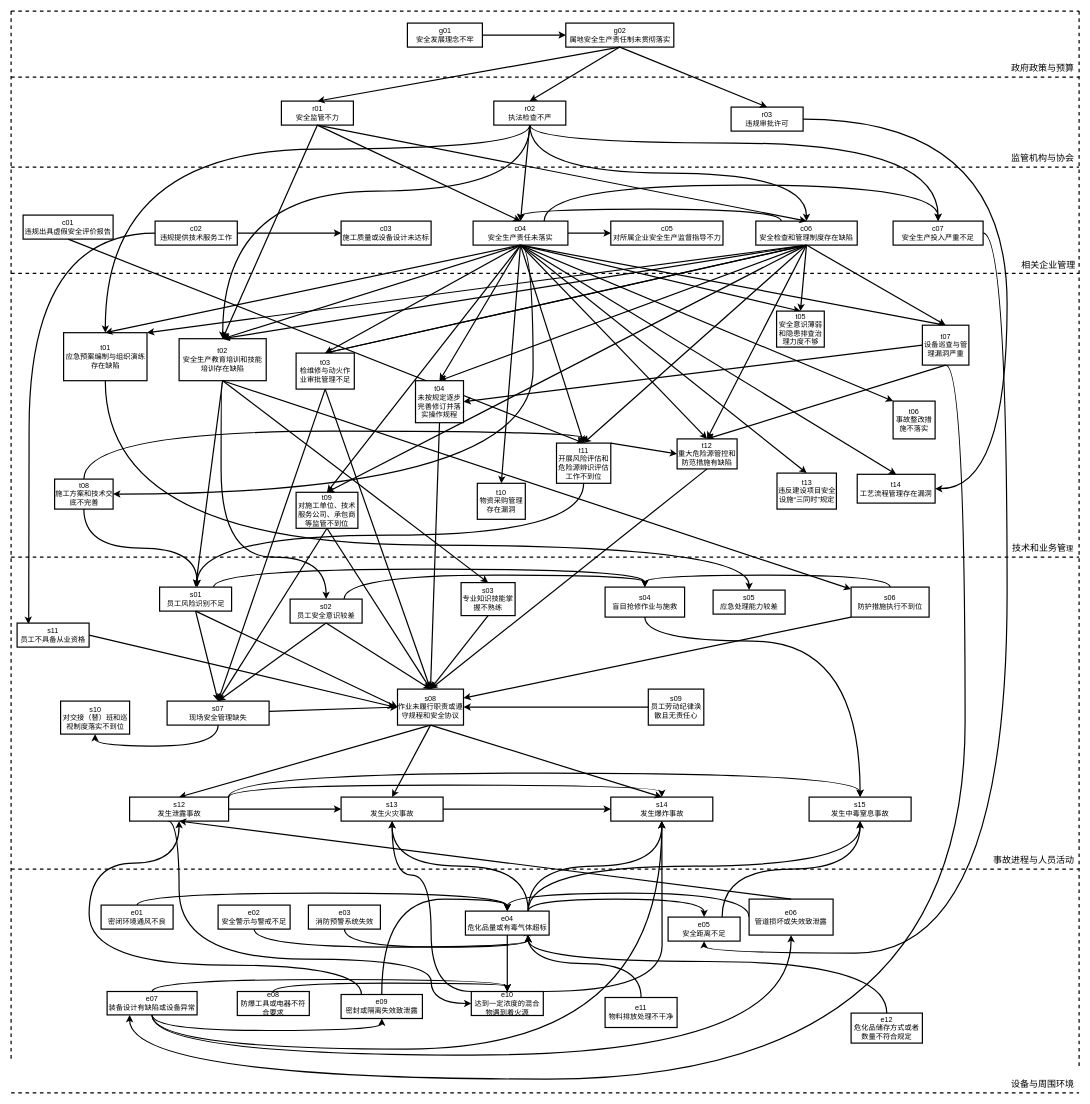
Above: 剔除次数少于5.drawio in fangjiarong/docs (draw.io), before the change. Source tidied: cells renumbered, new cells numbered last; positions are measured from the earlier drawing's top-left corner, leaving out a move shared by most shapes. Both pictures are drawn from the tidied source at 60%, with x=0, y=0 at pixel (11, 11).
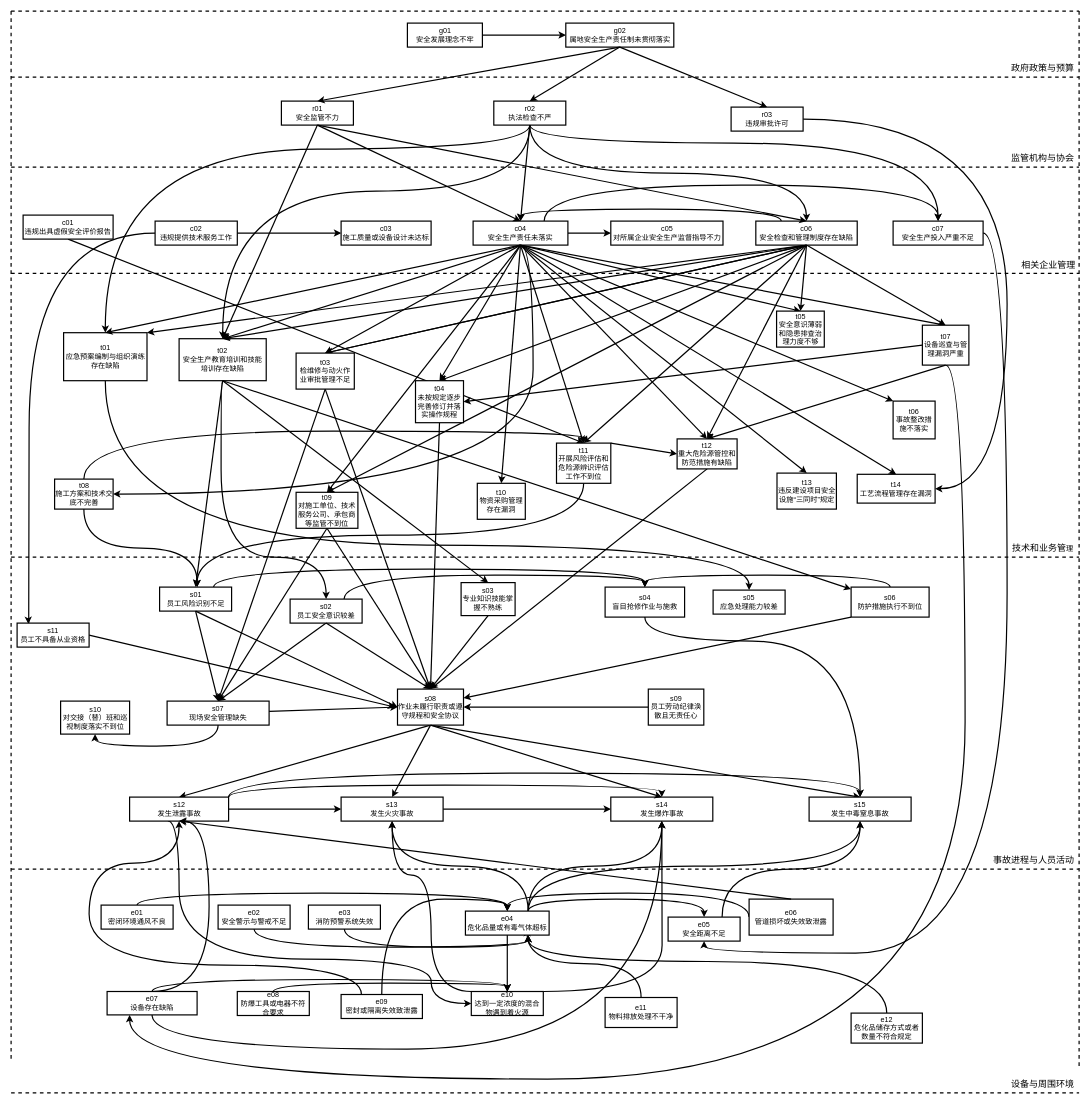
After the change.

Commit message:
更新剔除次数少于5.drawio

The change refers to these unchanged cells:
```xml
<mxCell id="43" value="s08&lt;br&gt;作业未履行职责或遵守规程和安全协议" style="rounded=0;whiteSpace=wrap;html=1;strokeWidth=2;align=center;verticalAlign=middle;labelBorderColor=none;" parent="1" vertex="1">
  <mxGeometry x="644" y="1130" width="110" height="60" as="geometry" />
</mxCell>
<mxCell id="83" value="s12&lt;br&gt;发生泄露事故" style="rounded=0;whiteSpace=wrap;html=1;strokeWidth=2;align=center;verticalAlign=middle;labelBorderColor=none;" parent="1" vertex="1">
  <mxGeometry x="197.5" y="1310" width="165" height="40" as="geometry" />
</mxCell>
<mxCell id="87" value="s15&lt;br&gt;发生中毒窒息事故" style="rounded=0;whiteSpace=wrap;html=1;strokeWidth=2;align=center;verticalAlign=middle;labelBorderColor=none;" parent="1" vertex="1">
  <mxGeometry x="1330" y="1310" width="170" height="40" as="geometry" />
</mxCell>
<mxCell id="90" value="e09&lt;br&gt;密封或隔离失效致泄露" style="rounded=0;whiteSpace=wrap;html=1;strokeWidth=2;align=center;verticalAlign=middle;labelBorderColor=none;" parent="1" vertex="1">
  <mxGeometry x="550" y="1639" width="135.5" height="40" as="geometry" />
</mxCell>
<mxCell id="111" value="e06&lt;br&gt;管道损坏或失效致泄露" style="rounded=0;whiteSpace=wrap;html=1;strokeWidth=2;align=center;verticalAlign=middle;labelBorderColor=none;" parent="1" vertex="1">
  <mxGeometry x="1230" y="1480" width="140" height="60" as="geometry" />
</mxCell>
```

Diff of the diagram source:
```diff
@@
+    <mxCell id="177" style="edgeStyle=none;rounded=0;jettySize=auto;html=1;exitX=0.5;exitY=1;exitDx=0;exitDy=0;entryX=0.5;entryY=0;entryDx=0;entryDy=0;strokeWidth=2;" parent="1" edge="1" source="43" target="87">
+      <mxGeometry relative="1" as="geometry" />
+    </mxCell>
@@
-    <mxCell id="93" style="edgeStyle=orthogonalEdgeStyle;rounded=0;jettySize=auto;html=1;exitX=0.5;exitY=1;exitDx=0;exitDy=0;entryX=0.5;entryY=1;entryDx=0;entryDy=0;curved=1;strokeWidth=2;align=center;verticalAlign=middle;labelBorderColor=none;" parent="1" edge="1" source="95" target="111">
-      <mxGeometry relative="1" as="geometry">
-        <Array as="points">
-          <mxPoint x="235" y="1740" />
-          <mxPoint x="1300" y="1740" />
-        </Array>
-      </mxGeometry>
-    </mxCell>
-    <mxCell id="94" style="edgeStyle=orthogonalEdgeStyle;curved=1;rounded=0;jettySize=auto;html=1;exitX=0.5;exitY=1;exitDx=0;exitDy=0;entryX=0.5;entryY=1;entryDx=0;entryDy=0;strokeWidth=2;align=center;verticalAlign=middle;labelBorderColor=none;" parent="1" edge="1" source="95" target="90">
-      <mxGeometry relative="1" as="geometry" />
+    <mxCell id="94" style="edgeStyle=orthogonalEdgeStyle;curved=1;rounded=0;jettySize=auto;html=1;exitX=0.5;exitY=0;exitDx=0;exitDy=0;entryX=0.5;entryY=1;entryDx=0;entryDy=0;strokeWidth=2;align=center;verticalAlign=middle;labelBorderColor=none;" parent="1" edge="1" source="95" target="83">
+      <mxGeometry relative="1" as="geometry">
+        <Array as="points">
+          <mxPoint x="330" y="1634" />
+          <mxPoint x="330" y="1350" />
+        </Array>
+      </mxGeometry>
     </mxCell>
-    <mxCell id="95" value="e07&lt;br&gt;装备设计有缺陷或设备异常" style="rounded=0;whiteSpace=wrap;html=1;strokeWidth=2;align=center;verticalAlign=middle;labelBorderColor=none;" parent="1" vertex="1">
+    <mxCell id="95" value="e07&lt;br&gt;设备存在缺陷" style="rounded=0;whiteSpace=wrap;html=1;strokeWidth=2;align=center;verticalAlign=middle;labelBorderColor=none;" parent="1" vertex="1">
       <mxGeometry x="160" y="1634" width="150" height="39" as="geometry" />
     </mxCell>
```
